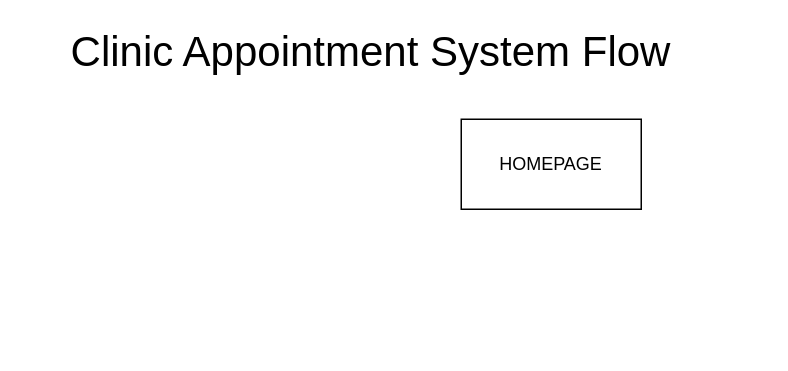
Above: clinicAppointment.drawio in jolorambongga/clinic-appointment (draw.io), before the change. Source tidied: cells renumbered, new cells numbered last; positions are measured from the earlier drawing's top-left corner, leaving out a move shared by most shapes. Both pictures are drawn from the tidied source at 150%, with x=0, y=0 at pixel (26, 28).
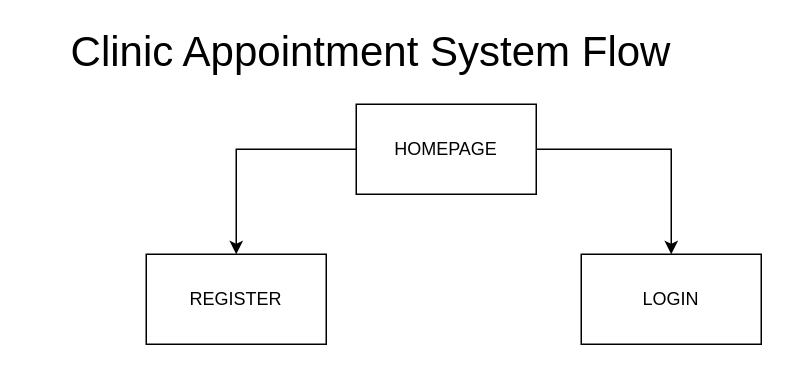
After the change.

The edit, as a diff of the source:
```diff
@@
 <mxGraphModel>
   <root>
     <mxCell id="0" />
     <mxCell id="1" parent="0" />
+    <mxCell id="4" style="edgeStyle=orthogonalEdgeStyle;rounded=0;jettySize=auto;html=1;entryX=0.5;entryY=0;entryDx=0;entryDy=0;" parent="1" edge="1" source="2" target="6">
+      <mxGeometry relative="1" as="geometry" />
+    </mxCell>
+    <mxCell id="5" style="edgeStyle=orthogonalEdgeStyle;rounded=0;jettySize=auto;html=1;entryX=0.5;entryY=0;entryDx=0;entryDy=0;" parent="1" edge="1" source="2" target="7">
+      <mxGeometry relative="1" as="geometry" />
+    </mxCell>
     <mxCell id="2" value="HOMEPAGE" style="rounded=0;whiteSpace=wrap;html=1;" parent="1" vertex="1">
-      <mxGeometry x="290" y="60" width="120" height="60" as="geometry" />
+      <mxGeometry x="220" y="50" width="120" height="60" as="geometry" />
     </mxCell>
     <mxCell id="3" value="Clinic Appointment System Flow" style="text;html=1;align=center;verticalAlign=middle;whiteSpace=wrap;rounded=0;fontStyle=0;fontFamily=Helvetica;fontSize=28;" parent="1" vertex="1">
       <mxGeometry width="460" height="30" as="geometry" />
     </mxCell>
+    <mxCell id="6" value="REGISTER" style="rounded=0;whiteSpace=wrap;html=1;" parent="1" vertex="1">
+      <mxGeometry x="80" y="150" width="120" height="60" as="geometry" />
+    </mxCell>
+    <mxCell id="7" value="LOGIN" style="rounded=0;whiteSpace=wrap;html=1;" parent="1" vertex="1">
+      <mxGeometry x="370" y="150" width="120" height="60" as="geometry" />
+    </mxCell>
   </root>
 </mxGraphModel>
```
